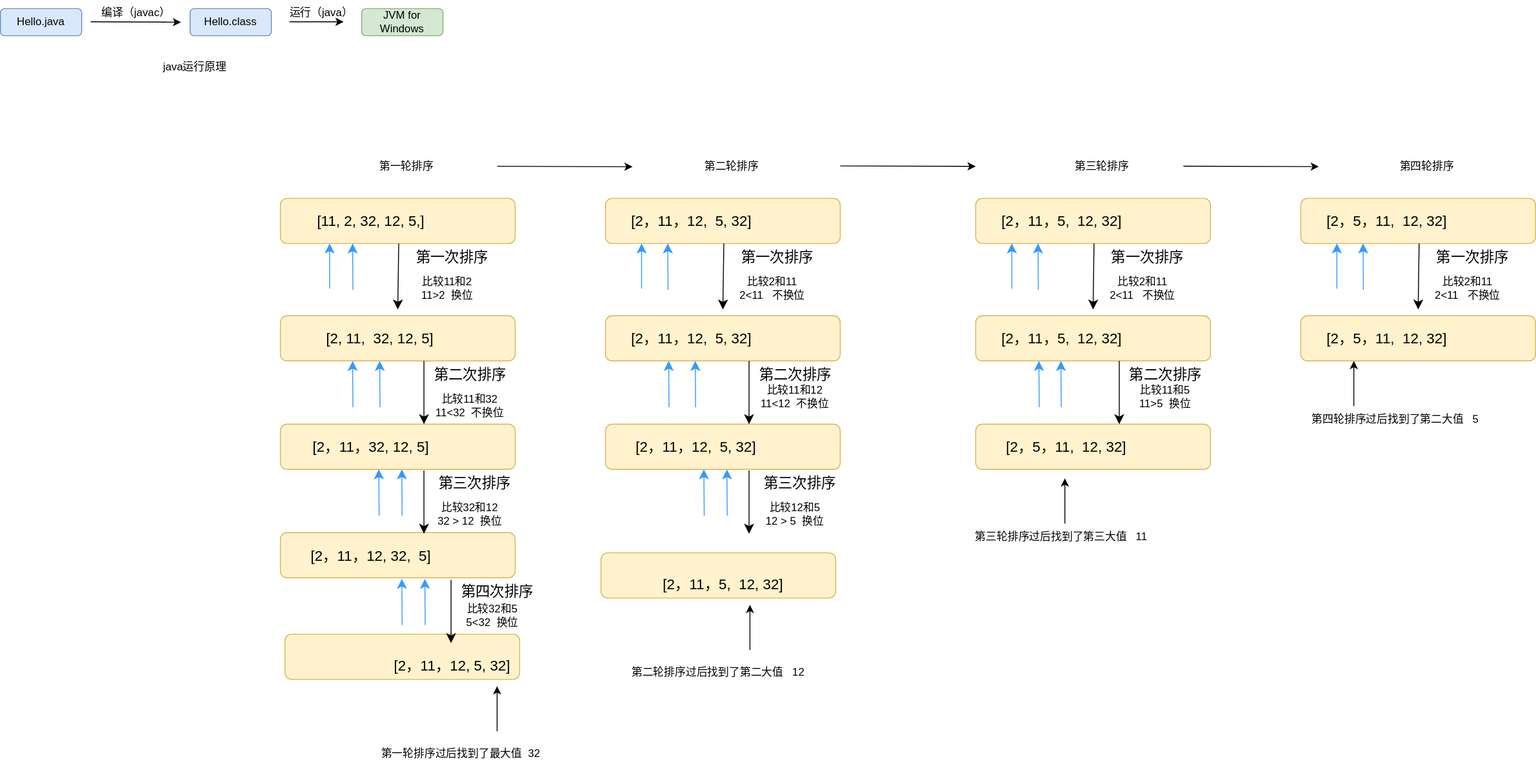
shenbeipiao/record keeps this draw.io diagram as java学习·.svg. Above is the earlier version. Source tidied: cells renumbered, new cells last; positions are measured from the earlier drawing's top-left corner, leaving out a move shared by most shapes.
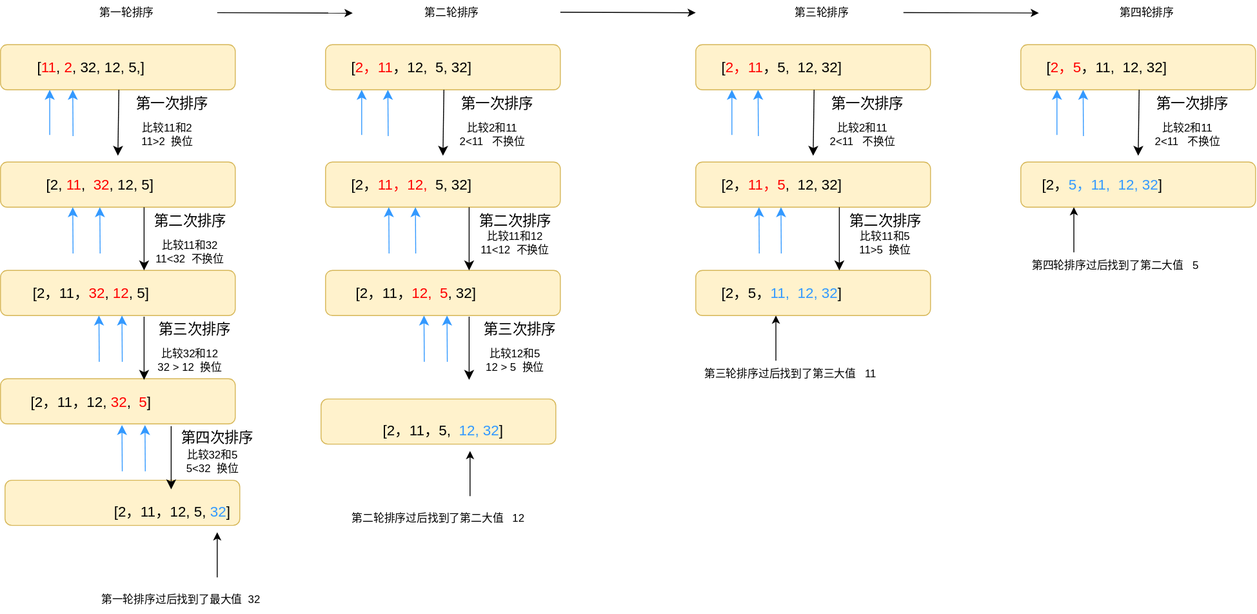
The same diagram one commit later.

Change to the diagram source:
```diff
@@ -2,40 +2,10 @@
   <root>
     <mxCell id="0" />
     <mxCell id="1" parent="0" />
-    <mxCell id="2" value="java运行原理" style="text;html=1;align=center;verticalAlign=middle;strokeColor=none;fillColor=none;" parent="1" vertex="1">
-      <mxGeometry x="170" y="60" width="90" height="30" as="geometry" />
-    </mxCell>
-    <mxCell id="3" value="Hello.java" style="rounded=1;whiteSpace=wrap;html=1;fillColor=#dae8fc;strokeColor=#6c8ebf;" parent="1" vertex="1">
-      <mxGeometry y="10" width="90" height="30" as="geometry" />
-    </mxCell>
-    <mxCell id="4" style="endArrow=classic;html=1;rounded=0;" parent="1" edge="1">
-      <mxGeometry relative="1" as="geometry">
-        <mxPoint x="100" y="24.6" as="sourcePoint" />
-        <mxPoint x="200" y="25" as="targetPoint" />
-      </mxGeometry>
-    </mxCell>
-    <mxCell id="5" value="编译（javac）" style="text;html=1;align=center;verticalAlign=middle;strokeColor=none;fillColor=none;" parent="1" vertex="1">
-      <mxGeometry x="100" width="100" height="30" as="geometry" />
-    </mxCell>
-    <mxCell id="6" value="Hello.class" style="rounded=1;whiteSpace=wrap;html=1;fillColor=#dae8fc;strokeColor=#6c8ebf;" parent="1" vertex="1">
-      <mxGeometry x="210" y="10" width="90" height="30" as="geometry" />
-    </mxCell>
-    <mxCell id="7" style="endArrow=classic;html=1;rounded=0;" parent="1" edge="1">
-      <mxGeometry relative="1" as="geometry">
-        <mxPoint x="320" y="24.6" as="sourcePoint" />
-        <mxPoint x="380" y="24.6" as="targetPoint" />
-      </mxGeometry>
-    </mxCell>
-    <mxCell id="8" value="运行（java）" style="text;html=1;align=center;verticalAlign=middle;strokeColor=none;fillColor=none;" parent="1" vertex="1">
-      <mxGeometry x="310" width="90" height="30" as="geometry" />
-    </mxCell>
-    <mxCell id="9" value="JVM for Windows" style="rounded=1;whiteSpace=wrap;html=1;fillColor=#d5e8d4;strokeColor=#82b366;" parent="1" vertex="1">
-      <mxGeometry x="400" y="10" width="90" height="30" as="geometry" />
-    </mxCell>
     <mxCell id="10" style="rounded=1;whiteSpace=wrap;html=1;fontSize=16;fillColor=#fff2cc;strokeColor=#d6b656;" parent="1" vertex="1">
       <mxGeometry x="310" y="220" width="260" height="50" as="geometry" />
     </mxCell>
-    <mxCell id="11" value="&lt;br style=&quot;border-color: var(--border-color);&quot;&gt;[11, 2, 32, 12, 5,]" style="text;html=1;align=center;verticalAlign=middle;strokeColor=none;fillColor=none;fontSize=16;" parent="1" vertex="1">
+    <mxCell id="11" value="&lt;br style=&quot;border-color: var(--border-color);&quot;&gt;[&lt;font color=&quot;#ff0000&quot;&gt;11&lt;/font&gt;, &lt;font color=&quot;#ff0000&quot;&gt;2&lt;/font&gt;, 32, 12, 5,]" style="text;html=1;align=center;verticalAlign=middle;strokeColor=none;fillColor=none;fontSize=16;" parent="1" vertex="1">
       <mxGeometry x="340" y="210" width="140" height="50" as="geometry" />
     </mxCell>
     <mxCell id="12" style="endArrow=classic;html=1;rounded=0;fontSize=12;startSize=8;endSize=8;curved=1;entryX=0.671;entryY=0.06;entryDx=0;entryDy=0;entryPerimeter=0;" parent="1" edge="1">
@@ -50,7 +20,7 @@
     <mxCell id="14" style="rounded=1;whiteSpace=wrap;html=1;fontSize=16;fillColor=#fff2cc;strokeColor=#d6b656;" parent="1" vertex="1">
       <mxGeometry x="310" y="350" width="260" height="50" as="geometry" />
     </mxCell>
-    <mxCell id="15" value="&lt;br style=&quot;border-color: var(--border-color);&quot;&gt;[2, 11,&amp;nbsp; 32, 12, 5]" style="text;html=1;align=center;verticalAlign=middle;strokeColor=none;fillColor=none;fontSize=16;" parent="1" vertex="1">
+    <mxCell id="15" value="&lt;br style=&quot;border-color: var(--border-color);&quot;&gt;[2, &lt;font color=&quot;#ff0000&quot;&gt;11&lt;/font&gt;,&amp;nbsp; &lt;font color=&quot;#ff0000&quot;&gt;32&lt;/font&gt;, 12, 5]" style="text;html=1;align=center;verticalAlign=middle;strokeColor=none;fillColor=none;fontSize=16;" parent="1" vertex="1">
       <mxGeometry x="350" y="340" width="140" height="50" as="geometry" />
     </mxCell>
     <mxCell id="16" style="endArrow=classic;html=1;rounded=0;fontSize=12;startSize=8;endSize=8;curved=1;strokeColor=#3399FF;" parent="1" edge="1">
@@ -68,7 +38,7 @@
     <mxCell id="18" style="rounded=1;whiteSpace=wrap;html=1;fontSize=16;fillColor=#fff2cc;strokeColor=#d6b656;" parent="1" vertex="1">
       <mxGeometry x="310" y="470" width="260" height="50" as="geometry" />
     </mxCell>
-    <mxCell id="19" value="&lt;br style=&quot;border-color: var(--border-color);&quot;&gt;[2，11，32, 12, 5]" style="text;html=1;align=center;verticalAlign=middle;strokeColor=none;fillColor=none;fontSize=16;" parent="1" vertex="1">
+    <mxCell id="19" value="&lt;br style=&quot;border-color: var(--border-color);&quot;&gt;[2，11，&lt;font color=&quot;#ff0000&quot;&gt;32&lt;/font&gt;, &lt;font color=&quot;#ff0000&quot;&gt;12&lt;/font&gt;, 5]" style="text;html=1;align=center;verticalAlign=middle;strokeColor=none;fillColor=none;fontSize=16;" parent="1" vertex="1">
       <mxGeometry x="335" y="460" width="150" height="50" as="geometry" />
     </mxCell>
     <mxCell id="20" style="endArrow=classic;html=1;rounded=0;fontSize=12;startSize=8;endSize=8;curved=1;" parent="1" edge="1">
@@ -104,7 +74,7 @@
     <mxCell id="27" style="rounded=1;whiteSpace=wrap;html=1;fontSize=16;fillColor=#fff2cc;strokeColor=#d6b656;" parent="1" vertex="1">
       <mxGeometry x="310" y="590" width="260" height="50" as="geometry" />
     </mxCell>
-    <mxCell id="28" value="&lt;br style=&quot;border-color: var(--border-color);&quot;&gt;[2，11，12, 32,&amp;nbsp; 5]" style="text;html=1;align=center;verticalAlign=middle;strokeColor=none;fillColor=none;fontSize=16;" parent="1" vertex="1">
+    <mxCell id="28" value="&lt;br style=&quot;border-color: var(--border-color);&quot;&gt;[2，11，12, &lt;font color=&quot;#ff0000&quot;&gt;32&lt;/font&gt;,&amp;nbsp; &lt;font color=&quot;#ff0000&quot;&gt;5&lt;/font&gt;]" style="text;html=1;align=center;verticalAlign=middle;strokeColor=none;fillColor=none;fontSize=16;" parent="1" vertex="1">
       <mxGeometry x="330" y="581.2" width="160" height="50" as="geometry" />
     </mxCell>
     <mxCell id="29" style="endArrow=classic;html=1;rounded=0;fontSize=12;startSize=8;endSize=8;curved=1;" parent="1" edge="1">
@@ -134,7 +104,7 @@
     <mxCell id="34" style="rounded=1;whiteSpace=wrap;html=1;fontSize=16;fillColor=#fff2cc;strokeColor=#d6b656;" parent="1" vertex="1">
       <mxGeometry x="315" y="702.4" width="260" height="50" as="geometry" />
     </mxCell>
-    <mxCell id="35" value="&lt;br style=&quot;border-color: var(--border-color);&quot;&gt;[2，11，12, 5, 32]" style="text;html=1;align=center;verticalAlign=middle;strokeColor=none;fillColor=none;fontSize=16;" parent="1" vertex="1">
+    <mxCell id="35" value="&lt;br style=&quot;border-color: var(--border-color);&quot;&gt;[2，11，12, 5, &lt;font color=&quot;#3399ff&quot;&gt;32&lt;/font&gt;]" style="text;html=1;align=center;verticalAlign=middle;strokeColor=none;fillColor=none;fontSize=16;" parent="1" vertex="1">
       <mxGeometry x="425" y="702.4" width="150" height="50" as="geometry" />
     </mxCell>
     <mxCell id="36" style="endArrow=classic;html=1;rounded=0;fontSize=12;startSize=8;endSize=8;curved=1;" parent="1" edge="1">
@@ -173,7 +143,7 @@
     <mxCell id="43" style="rounded=1;whiteSpace=wrap;html=1;fontSize=16;fillColor=#fff2cc;strokeColor=#d6b656;" parent="1" vertex="1">
       <mxGeometry x="670" y="220" width="260" height="50" as="geometry" />
     </mxCell>
-    <mxCell id="44" value="&lt;br style=&quot;border-color: var(--border-color);&quot;&gt;[2，11，12,&amp;nbsp; 5, 32]" style="text;html=1;align=center;verticalAlign=middle;strokeColor=none;fillColor=none;fontSize=16;" parent="1" vertex="1">
+    <mxCell id="44" value="&lt;br style=&quot;border-color: var(--border-color);&quot;&gt;[&lt;font color=&quot;#ff0000&quot;&gt;2，11&lt;/font&gt;，12,&amp;nbsp; 5, 32]" style="text;html=1;align=center;verticalAlign=middle;strokeColor=none;fillColor=none;fontSize=16;" parent="1" vertex="1">
       <mxGeometry x="685" y="210" width="160" height="50" as="geometry" />
     </mxCell>
     <mxCell id="45" style="endArrow=classic;html=1;rounded=0;fontSize=12;startSize=8;endSize=8;curved=1;entryX=0.671;entryY=0.06;entryDx=0;entryDy=0;entryPerimeter=0;" parent="1" edge="1">
@@ -188,7 +158,7 @@
     <mxCell id="47" style="rounded=1;whiteSpace=wrap;html=1;fontSize=16;fillColor=#fff2cc;strokeColor=#d6b656;" parent="1" vertex="1">
       <mxGeometry x="670" y="350" width="260" height="50" as="geometry" />
     </mxCell>
-    <mxCell id="48" value="&lt;br style=&quot;border-color: var(--border-color);&quot;&gt;[2，11，12,&amp;nbsp; 5, 32]" style="text;html=1;align=center;verticalAlign=middle;strokeColor=none;fillColor=none;fontSize=16;" parent="1" vertex="1">
+    <mxCell id="48" value="&lt;br style=&quot;border-color: var(--border-color);&quot;&gt;[2，&lt;font color=&quot;#ff0000&quot;&gt;11，12,&lt;/font&gt;&amp;nbsp; 5, 32]" style="text;html=1;align=center;verticalAlign=middle;strokeColor=none;fillColor=none;fontSize=16;" parent="1" vertex="1">
       <mxGeometry x="685" y="340" width="160" height="50" as="geometry" />
     </mxCell>
     <mxCell id="49" style="endArrow=classic;html=1;rounded=0;fontSize=12;startSize=8;endSize=8;curved=1;strokeColor=#3399FF;" parent="1" edge="1">
@@ -206,7 +176,7 @@
     <mxCell id="51" style="rounded=1;whiteSpace=wrap;html=1;fontSize=16;fillColor=#fff2cc;strokeColor=#d6b656;" parent="1" vertex="1">
       <mxGeometry x="670" y="470" width="260" height="50" as="geometry" />
     </mxCell>
-    <mxCell id="52" value="&lt;br style=&quot;border-color: var(--border-color);&quot;&gt;[2，11，12,&amp;nbsp; 5, 32]" style="text;html=1;align=center;verticalAlign=middle;strokeColor=none;fillColor=none;fontSize=16;" parent="1" vertex="1">
+    <mxCell id="52" value="&lt;br style=&quot;border-color: var(--border-color);&quot;&gt;[2，11，&lt;font color=&quot;#ff0000&quot;&gt;12,&amp;nbsp; 5&lt;/font&gt;, 32]" style="text;html=1;align=center;verticalAlign=middle;strokeColor=none;fillColor=none;fontSize=16;" parent="1" vertex="1">
       <mxGeometry x="690" y="460" width="160" height="50" as="geometry" />
     </mxCell>
     <mxCell id="53" style="endArrow=classic;html=1;rounded=0;fontSize=12;startSize=8;endSize=8;curved=1;" parent="1" edge="1">
@@ -266,7 +236,7 @@
     <mxCell id="65" style="rounded=1;whiteSpace=wrap;html=1;fontSize=16;fillColor=#fff2cc;strokeColor=#d6b656;" parent="1" vertex="1">
       <mxGeometry x="665" y="612.4" width="260" height="50" as="geometry" />
     </mxCell>
-    <mxCell id="66" value="&lt;br style=&quot;border-color: var(--border-color);&quot;&gt;[2，11，5,&amp;nbsp; 12, 32]" style="text;html=1;align=center;verticalAlign=middle;strokeColor=none;fillColor=none;fontSize=16;" parent="1" vertex="1">
+    <mxCell id="66" value="&lt;br style=&quot;border-color: var(--border-color);&quot;&gt;[2，11，5,&amp;nbsp; &lt;font color=&quot;#3399ff&quot;&gt;12, 32&lt;/font&gt;]" style="text;html=1;align=center;verticalAlign=middle;strokeColor=none;fillColor=none;fontSize=16;" parent="1" vertex="1">
       <mxGeometry x="720" y="612.4" width="160" height="50" as="geometry" />
     </mxCell>
     <mxCell id="67" style="endArrow=classic;html=1;rounded=0;" parent="1" edge="1">
@@ -287,7 +257,7 @@
     <mxCell id="70" style="rounded=1;whiteSpace=wrap;html=1;fontSize=16;fillColor=#fff2cc;strokeColor=#d6b656;" parent="1" vertex="1">
       <mxGeometry x="1080" y="220" width="260" height="50" as="geometry" />
     </mxCell>
-    <mxCell id="71" value="&lt;br style=&quot;border-color: var(--border-color);&quot;&gt;[2，11，5,&amp;nbsp; 12, 32]" style="text;html=1;align=center;verticalAlign=middle;strokeColor=none;fillColor=none;fontSize=16;" parent="1" vertex="1">
+    <mxCell id="71" value="&lt;br style=&quot;border-color: var(--border-color);&quot;&gt;[&lt;font color=&quot;#ff0000&quot;&gt;2，11&lt;/font&gt;，5,&amp;nbsp; 12, 32]" style="text;html=1;align=center;verticalAlign=middle;strokeColor=none;fillColor=none;fontSize=16;" parent="1" vertex="1">
       <mxGeometry x="1095" y="210" width="160" height="50" as="geometry" />
     </mxCell>
     <mxCell id="72" style="endArrow=classic;html=1;rounded=0;fontSize=12;startSize=8;endSize=8;curved=1;entryX=0.671;entryY=0.06;entryDx=0;entryDy=0;entryPerimeter=0;" parent="1" edge="1">
@@ -302,7 +272,7 @@
     <mxCell id="74" style="rounded=1;whiteSpace=wrap;html=1;fontSize=16;fillColor=#fff2cc;strokeColor=#d6b656;" parent="1" vertex="1">
       <mxGeometry x="1080" y="350" width="260" height="50" as="geometry" />
     </mxCell>
-    <mxCell id="75" value="&lt;br style=&quot;border-color: var(--border-color);&quot;&gt;[2，11，5,&amp;nbsp; 12, 32]" style="text;html=1;align=center;verticalAlign=middle;strokeColor=none;fillColor=none;fontSize=16;" parent="1" vertex="1">
+    <mxCell id="75" value="&lt;br style=&quot;border-color: var(--border-color);&quot;&gt;[2，&lt;font color=&quot;#ff0000&quot;&gt;11，5&lt;/font&gt;,&amp;nbsp; 12, 32]" style="text;html=1;align=center;verticalAlign=middle;strokeColor=none;fillColor=none;fontSize=16;" parent="1" vertex="1">
       <mxGeometry x="1095" y="340" width="160" height="50" as="geometry" />
     </mxCell>
     <mxCell id="76" style="endArrow=classic;html=1;rounded=0;fontSize=12;startSize=8;endSize=8;curved=1;strokeColor=#3399FF;" parent="1" edge="1">
@@ -320,8 +290,8 @@
     <mxCell id="78" style="rounded=1;whiteSpace=wrap;html=1;fontSize=16;fillColor=#fff2cc;strokeColor=#d6b656;" parent="1" vertex="1">
       <mxGeometry x="1080" y="470" width="260" height="50" as="geometry" />
     </mxCell>
-    <mxCell id="79" value="&lt;br style=&quot;border-color: var(--border-color);&quot;&gt;[2，5，11,&amp;nbsp; 12, 32]" style="text;html=1;align=center;verticalAlign=middle;strokeColor=none;fillColor=none;fontSize=16;" parent="1" vertex="1">
-      <mxGeometry x="1100" y="460" width="160" height="50" as="geometry" />
+    <mxCell id="79" value="&lt;br style=&quot;border-color: var(--border-color);&quot;&gt;[2，5，&lt;font color=&quot;#3399ff&quot;&gt;11,&amp;nbsp; 12, 32&lt;/font&gt;]" style="text;html=1;align=center;verticalAlign=middle;strokeColor=none;fillColor=none;fontSize=16;" parent="1" vertex="1">
+      <mxGeometry x="1095" y="460" width="160" height="50" as="geometry" />
     </mxCell>
     <mxCell id="80" style="endArrow=classic;html=1;rounded=0;fontSize=12;startSize=8;endSize=8;curved=1;" parent="1" edge="1">
       <mxGeometry relative="1" as="geometry">
@@ -355,12 +325,12 @@
     </mxCell>
     <mxCell id="87" style="endArrow=classic;html=1;rounded=0;" parent="1" edge="1">
       <mxGeometry relative="1" as="geometry">
-        <mxPoint x="1178.8" y="580" as="sourcePoint" />
-        <mxPoint x="1178.8" y="530" as="targetPoint" />
+        <mxPoint x="1168.8" y="570" as="sourcePoint" />
+        <mxPoint x="1168.8" y="520" as="targetPoint" />
       </mxGeometry>
     </mxCell>
     <mxCell id="88" value="第三轮排序过后找到了第三大值&amp;nbsp; &amp;nbsp;11" style="text;html=1;strokeColor=none;fillColor=none;align=center;verticalAlign=middle;whiteSpace=wrap;rounded=0;" parent="1" vertex="1">
-      <mxGeometry x="1070" y="580" width="210" height="30" as="geometry" />
+      <mxGeometry x="1080" y="570" width="210" height="30" as="geometry" />
     </mxCell>
     <mxCell id="89" style="endArrow=classic;html=1;rounded=0;" parent="1" edge="1">
       <mxGeometry relative="1" as="geometry">
@@ -371,7 +341,7 @@
     <mxCell id="90" style="rounded=1;whiteSpace=wrap;html=1;fontSize=16;fillColor=#fff2cc;strokeColor=#d6b656;" parent="1" vertex="1">
       <mxGeometry x="1440" y="220" width="260" height="50" as="geometry" />
     </mxCell>
-    <mxCell id="91" value="&lt;br style=&quot;border-color: var(--border-color);&quot;&gt;[2，5，11,&amp;nbsp; 12, 32]" style="text;html=1;align=center;verticalAlign=middle;strokeColor=none;fillColor=none;fontSize=16;" parent="1" vertex="1">
+    <mxCell id="91" value="&lt;br style=&quot;border-color: var(--border-color);&quot;&gt;[&lt;font color=&quot;#ff0000&quot;&gt;2，5&lt;/font&gt;，11,&amp;nbsp; 12, 32]" style="text;html=1;align=center;verticalAlign=middle;strokeColor=none;fillColor=none;fontSize=16;" parent="1" vertex="1">
       <mxGeometry x="1455" y="210" width="160" height="50" as="geometry" />
     </mxCell>
     <mxCell id="92" style="endArrow=classic;html=1;rounded=0;fontSize=12;startSize=8;endSize=8;curved=1;entryX=0.671;entryY=0.06;entryDx=0;entryDy=0;entryPerimeter=0;" parent="1" edge="1">
@@ -386,8 +356,8 @@
     <mxCell id="94" style="rounded=1;whiteSpace=wrap;html=1;fontSize=16;fillColor=#fff2cc;strokeColor=#d6b656;" parent="1" vertex="1">
       <mxGeometry x="1440" y="350" width="260" height="50" as="geometry" />
     </mxCell>
-    <mxCell id="95" value="&lt;br style=&quot;border-color: var(--border-color);&quot;&gt;[2，5，11,&amp;nbsp; 12, 32]" style="text;html=1;align=center;verticalAlign=middle;strokeColor=none;fillColor=none;fontSize=16;" parent="1" vertex="1">
-      <mxGeometry x="1455" y="340" width="160" height="50" as="geometry" />
+    <mxCell id="95" value="&lt;br style=&quot;border-color: var(--border-color);&quot;&gt;[2，&lt;font color=&quot;#3399ff&quot;&gt;5，11,&amp;nbsp; 12, 32&lt;/font&gt;]" style="text;html=1;align=center;verticalAlign=middle;strokeColor=none;fillColor=none;fontSize=16;" parent="1" vertex="1">
+      <mxGeometry x="1450" y="340" width="160" height="50" as="geometry" />
     </mxCell>
     <mxCell id="96" style="endArrow=classic;html=1;rounded=0;fontSize=12;startSize=8;endSize=8;curved=1;strokeColor=#3399FF;" parent="1" edge="1">
       <mxGeometry relative="1" as="geometry">
```
